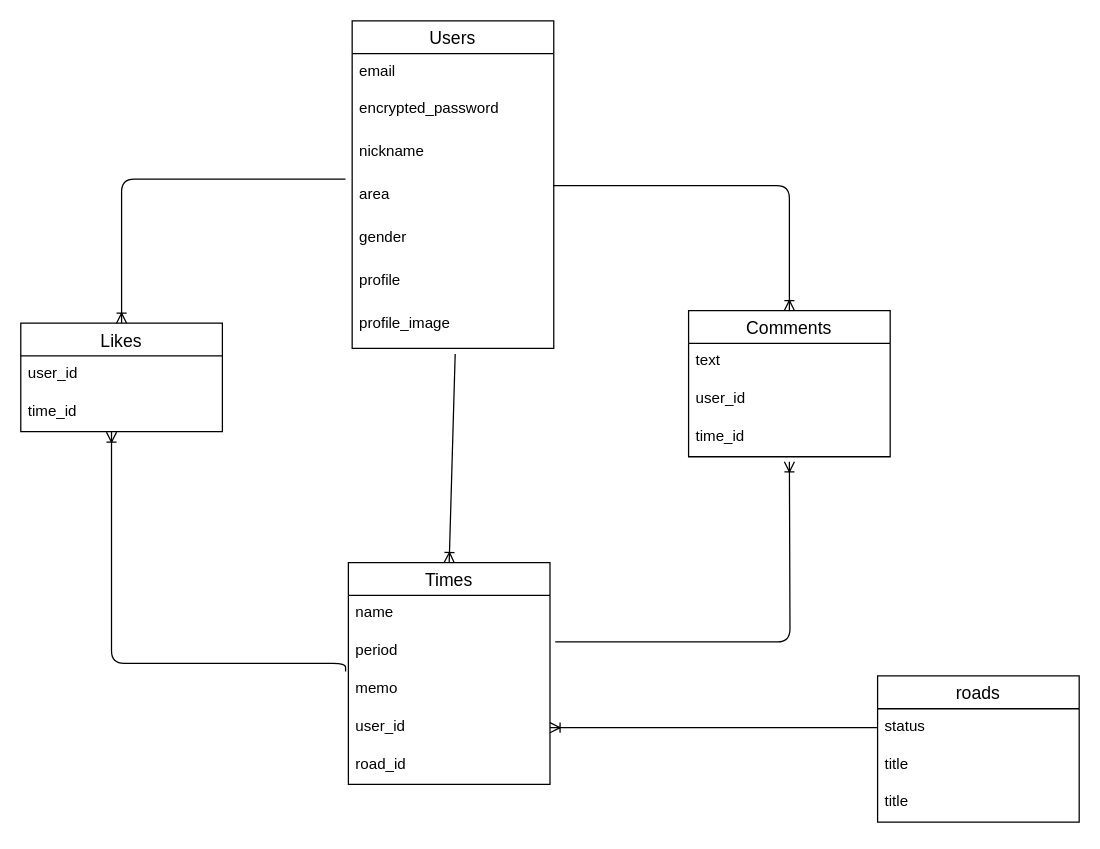
hiroto0308/road keeps this draw.io diagram as er.dio. Above is the earlier version. Source tidied: cells renumbered, new cells numbered last; positions are measured from the earlier drawing's top-left corner, leaving out a move shared by most shapes. Both pictures are drawn from the tidied source at 126%, with x=0, y=0 at pixel (20, 20).
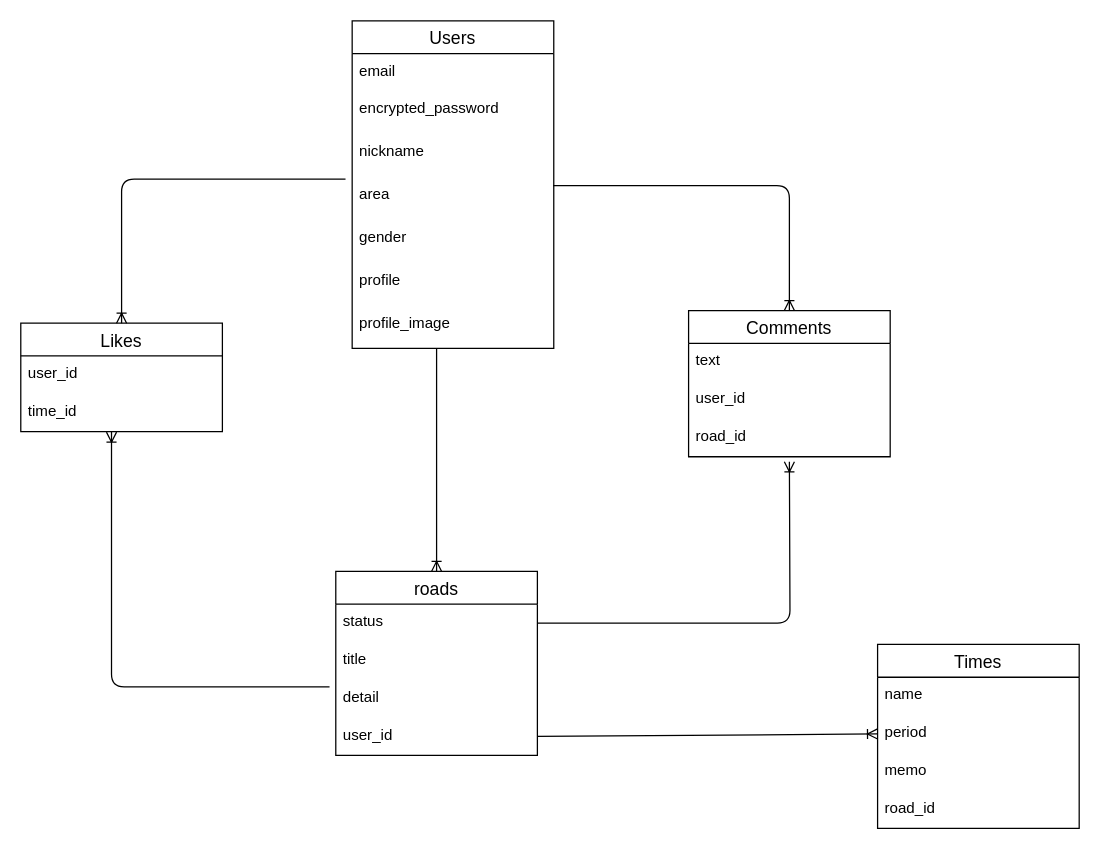
The same page after the edit.

Unchanged cells that the change refers to:
```xml
<mxCell id="9" value="profile_image" style="text;strokeColor=none;fillColor=none;spacingLeft=4;spacingRight=4;overflow=hidden;points=[[0,0.5],[1,0.5]];portConstraint=eastwest;fontSize=12;" parent="2" vertex="1">
  <mxGeometry y="226" width="160" height="34" as="geometry" />
</mxCell>
<mxCell id="12" value="period" style="text;strokeColor=none;fillColor=none;spacingLeft=4;spacingRight=4;overflow=hidden;points=[[0,0.5],[1,0.5]];portConstraint=eastwest;fontSize=12;" parent="10" vertex="1">
  <mxGeometry y="56" width="160" height="30" as="geometry" />
</mxCell>
<mxCell id="13" value="memo" style="text;strokeColor=none;fillColor=none;spacingLeft=4;spacingRight=4;overflow=hidden;points=[[0,0.5],[1,0.5]];portConstraint=eastwest;fontSize=12;" parent="10" vertex="1">
  <mxGeometry y="86" width="160" height="30" as="geometry" />
</mxCell>
<mxCell id="18" value="time_id" style="text;strokeColor=none;fillColor=none;spacingLeft=4;spacingRight=4;overflow=hidden;points=[[0,0.5],[1,0.5]];portConstraint=eastwest;fontSize=12;" parent="16" vertex="1">
  <mxGeometry y="56" width="160" height="30" as="geometry" />
</mxCell>
<mxCell id="23" value="status" style="text;strokeColor=none;fillColor=none;spacingLeft=4;spacingRight=4;overflow=hidden;points=[[0,0.5],[1,0.5]];portConstraint=eastwest;fontSize=12;" parent="22" vertex="1">
  <mxGeometry y="26" width="160" height="30" as="geometry" />
</mxCell>
<mxCell id="24" value="title" style="text;strokeColor=none;fillColor=none;spacingLeft=4;spacingRight=4;overflow=hidden;points=[[0,0.5],[1,0.5]];portConstraint=eastwest;fontSize=12;" parent="22" vertex="1">
  <mxGeometry y="56" width="160" height="30" as="geometry" />
</mxCell>
<mxCell id="26" value="Comments" style="swimlane;fontStyle=0;horizontal=1;startSize=26;align=center;fontSize=14;" parent="1" vertex="1">
  <mxGeometry x="530" y="230" width="160" height="116" as="geometry" />
</mxCell>
```

What changed in the source:
```diff
@@
     <mxCell id="10" value="Times" style="swimlane;fontStyle=0;horizontal=1;startSize=26;align=center;fontSize=14;" parent="1" vertex="1">
-      <mxGeometry x="260" y="430" width="160" height="176" as="geometry" />
+      <mxGeometry x="680" y="495" width="160" height="146" as="geometry" />
     </mxCell>
@@
-    <mxCell id="14" value="user_id" style="text;strokeColor=none;fillColor=none;spacingLeft=4;spacingRight=4;overflow=hidden;points=[[0,0.5],[1,0.5]];portConstraint=eastwest;fontSize=12;" parent="10" vertex="1">
-      <mxGeometry y="116" width="160" height="30" as="geometry" />
-    </mxCell>
     <mxCell id="15" value="road_id" style="text;strokeColor=none;fillColor=none;spacingLeft=4;spacingRight=4;overflow=hidden;fontSize=12;" parent="10" vertex="1">
-      <mxGeometry y="146" width="160" height="30" as="geometry" />
+      <mxGeometry y="116" width="160" height="30" as="geometry" />
     </mxCell>
@@
-    <mxCell id="19" style="fontSize=12;html=1;endArrow=ERoneToMany;exitX=-0.014;exitY=0.015;exitDx=0;exitDy=0;exitPerimeter=0;entryX=0.45;entryY=1.015;entryDx=0;entryDy=0;entryPerimeter=0;edgeStyle=orthogonalEdgeStyle;" parent="1" edge="1" source="13" target="18">
-      <mxGeometry relative="1" as="geometry">
-        <Array as="points">
-          <mxPoint x="258" y="510" />
-          <mxPoint x="72" y="510" />
-        </Array>
-      </mxGeometry>
+    <mxCell id="19" style="fontSize=12;html=1;endArrow=ERoneToMany;entryX=0.45;entryY=1.015;entryDx=0;entryDy=0;entryPerimeter=0;edgeStyle=orthogonalEdgeStyle;exitX=-0.031;exitY=1.19;exitDx=0;exitDy=0;exitPerimeter=0;" parent="1" edge="1" source="24" target="18">
+      <mxGeometry relative="1" as="geometry" />
     </mxCell>
@@
-    <mxCell id="21" style="fontSize=12;html=1;endArrow=ERoneToMany;exitX=0.511;exitY=1.133;exitDx=0;exitDy=0;exitPerimeter=0;entryX=0.5;entryY=0;entryDx=0;entryDy=0;" parent="1" edge="1" source="9" target="10">
-      <mxGeometry relative="1" as="geometry" />
+    <mxCell id="21" style="fontSize=12;html=1;endArrow=ERoneToMany;entryX=0.5;entryY=0;entryDx=0;entryDy=0;" parent="1" edge="1" target="22">
+      <mxGeometry relative="1" as="geometry">
+        <mxPoint x="330" y="260" as="sourcePoint" />
+      </mxGeometry>
     </mxCell>
     <mxCell id="22" value="roads" style="swimlane;fontStyle=0;horizontal=1;startSize=26;align=center;fontSize=14;" parent="1" vertex="1">
-      <mxGeometry x="680" y="520" width="160" height="116" as="geometry" />
+      <mxGeometry x="250" y="437" width="160" height="146" as="geometry" />
     </mxCell>
@@
-    <mxCell id="25" value="title" style="text;strokeColor=none;fillColor=none;spacingLeft=4;spacingRight=4;overflow=hidden;fontSize=12;" parent="22" vertex="1">
-      <mxGeometry y="86" width="160" height="30" as="geometry" />
-    </mxCell>
+    <mxCell id="33" value="detail" style="text;strokeColor=none;fillColor=none;spacingLeft=4;spacingRight=4;overflow=hidden;fontSize=12;" parent="22" vertex="1">
+      <mxGeometry y="86" width="160" height="30" as="geometry" />
+    </mxCell>
+    <mxCell id="14" value="user_id" style="text;strokeColor=none;fillColor=none;spacingLeft=4;spacingRight=4;overflow=hidden;points=[[0,0.5],[1,0.5]];portConstraint=eastwest;fontSize=12;" parent="22" vertex="1">
+      <mxGeometry y="116" width="160" height="30" as="geometry" />
+    </mxCell>
@@
-    <mxCell id="29" value="time_id" style="text;strokeColor=none;fillColor=none;spacingLeft=4;spacingRight=4;overflow=hidden;fontSize=12;" parent="26" vertex="1">
+    <mxCell id="29" value="road_id" style="text;strokeColor=none;fillColor=none;spacingLeft=4;spacingRight=4;overflow=hidden;fontSize=12;" parent="26" vertex="1">
       <mxGeometry y="86" width="160" height="30" as="geometry" />
     </mxCell>
@@
-    <mxCell id="31" style="edgeStyle=orthogonalEdgeStyle;fontSize=12;html=1;endArrow=ERoneToMany;exitX=1.026;exitY=0.23;exitDx=0;exitDy=0;exitPerimeter=0;" parent="1" edge="1" source="12">
+    <mxCell id="31" style="edgeStyle=orthogonalEdgeStyle;fontSize=12;html=1;endArrow=ERoneToMany;exitX=1;exitY=0.5;exitDx=0;exitDy=0;" parent="1" edge="1" source="23">
       <mxGeometry relative="1" as="geometry">
         <mxPoint x="610" y="350" as="targetPoint" />
       </mxGeometry>
     </mxCell>
-    <mxCell id="32" style="fontSize=12;html=1;endArrow=ERoneToMany;entryX=1;entryY=0.5;entryDx=0;entryDy=0;" parent="1" edge="1">
-      <mxGeometry relative="1" as="geometry">
-        <mxPoint x="680" y="561" as="sourcePoint" />
-        <mxPoint x="420" y="561" as="targetPoint" />
-      </mxGeometry>
+    <mxCell id="32" style="fontSize=12;html=1;endArrow=ERoneToMany;exitX=1;exitY=0.5;exitDx=0;exitDy=0;entryX=0;entryY=0.5;entryDx=0;entryDy=0;" parent="1" edge="1" source="14" target="12">
+      <mxGeometry relative="1" as="geometry" />
     </mxCell>
```
